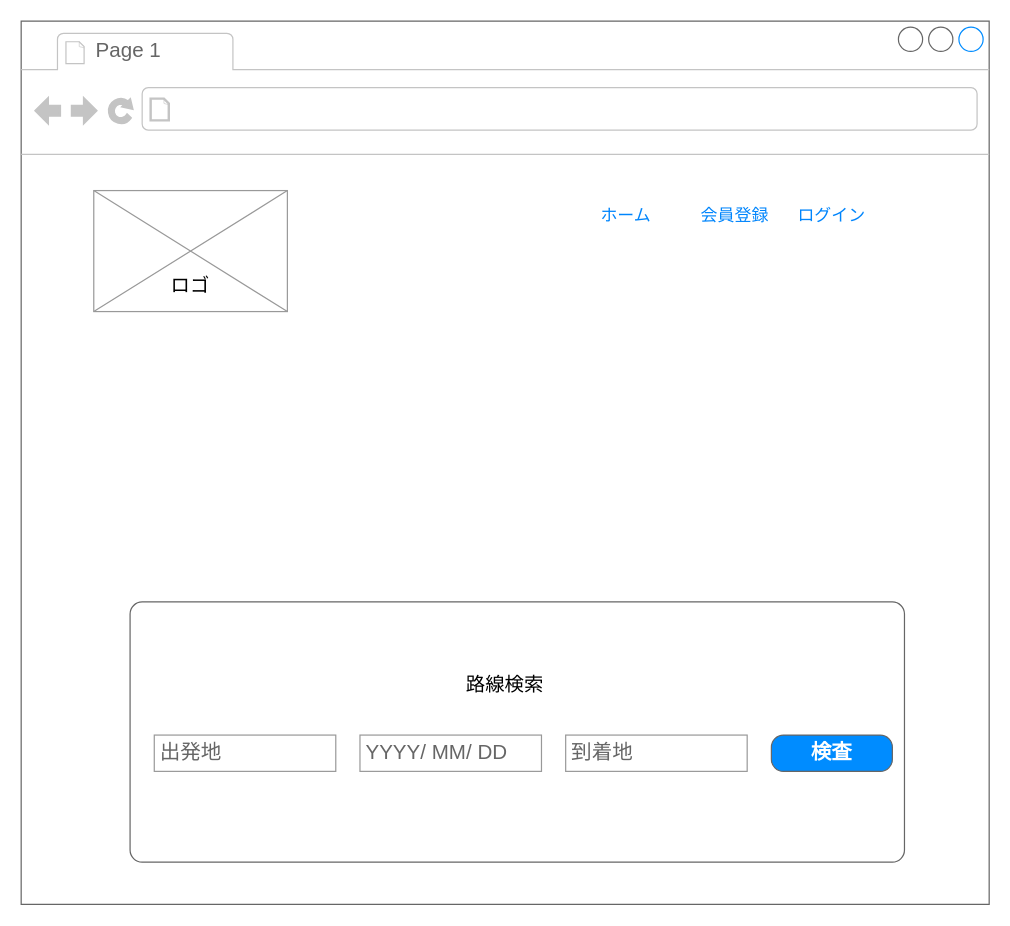
Above: page "1.トップ・路線検索画面" (1 of 9) of root/common/doc/画面設計/利用者画面設計.drawio in thatislg/busBookingComplete (draw.io), before the change. Source tidied: cells renumbered, new cells numbered last; positions are measured from the earlier drawing's top-left corner, leaving out a move shared by most shapes. Both pictures are drawn from the tidied source at 121%, with x=0, y=0 at pixel (21, 21).
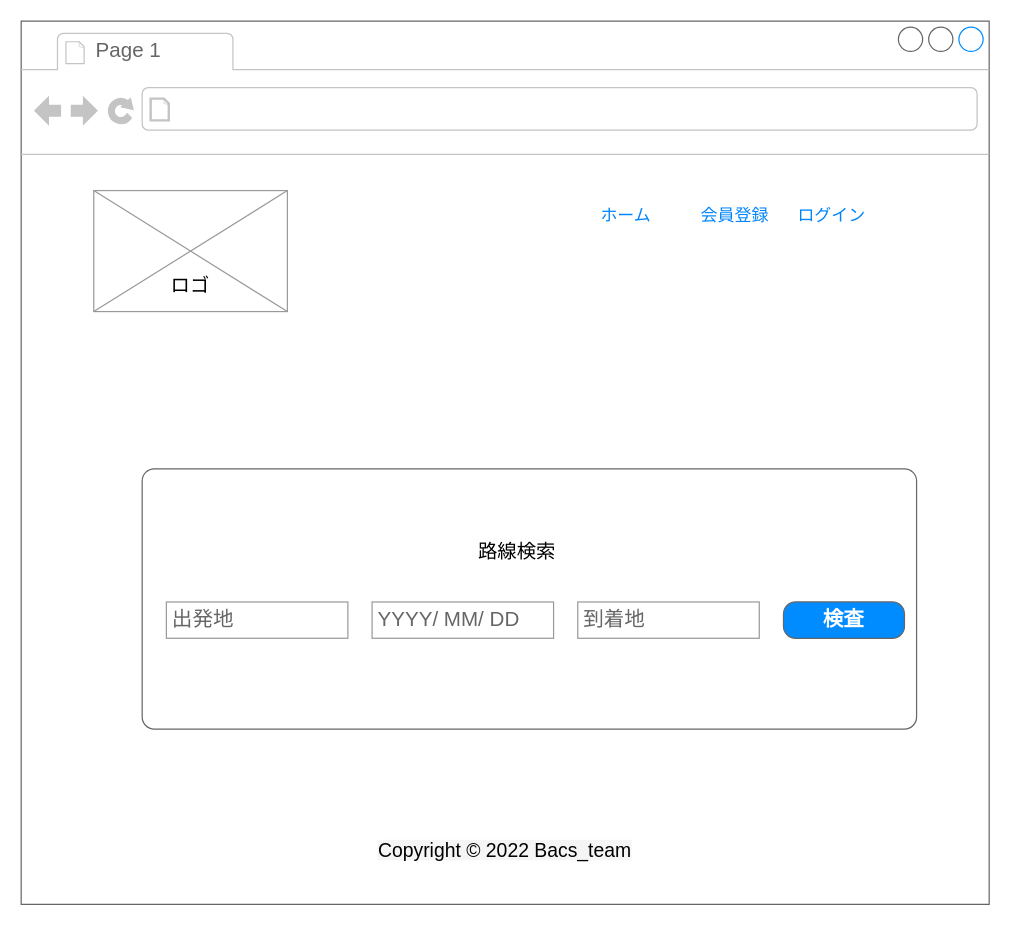
The same diagram, later.

What changed in the source:
```diff
@@
 <mxGraphModel>
   <root>
     <mxCell id="0" />
     <mxCell id="1" parent="0" />
     <mxCell id="2" style="strokeWidth=1;shadow=0;dashed=0;align=center;html=1;shape=mxgraph.mockup.containers.browserWindow;rSize=0;strokeColor=#666666;strokeColor2=#008cff;strokeColor3=#c4c4c4;mainText=,;" parent="1" vertex="1">
       <mxGeometry width="800" height="730" as="geometry" />
     </mxCell>
     <mxCell id="3" value="Page 1" style="strokeWidth=1;shadow=0;dashed=0;align=center;html=1;shape=mxgraph.mockup.containers.anchor;fontSize=17;fontColor=#666666;align=left;" parent="2" vertex="1">
       <mxGeometry x="60" y="12" width="110" height="26" as="geometry" />
     </mxCell>
     <mxCell id="4" style="verticalLabelPosition=bottom;shadow=0;dashed=0;align=center;html=1;verticalAlign=top;strokeWidth=1;shape=mxgraph.mockup.graphics.simpleIcon;strokeColor=#999999;" parent="2" vertex="1">
       <mxGeometry x="60" y="140" width="160" height="100" as="geometry" />
     </mxCell>
     <mxCell id="5" style="shape=mxgraph.mockup.containers.marginRect;rectMarginTop=10;strokeColor=#666666;strokeWidth=1;dashed=0;rounded=1;arcSize=5;" parent="2" vertex="1">
-      <mxGeometry x="90" y="470" width="640" height="225" as="geometry" />
+      <mxGeometry x="100" y="360" width="640" height="225" as="geometry" />
     </mxCell>
     <mxCell id="6" value="出発地" style="strokeWidth=1;shadow=0;dashed=0;align=center;html=1;shape=mxgraph.mockup.forms.pwField;strokeColor=#999999;mainText=;align=left;fontColor=#666666;fontSize=17;spacingLeft=3;" parent="5" vertex="1">
       <mxGeometry x="20" y="120" width="150" height="30" as="geometry" />
     </mxCell>
     <mxCell id="7" value="到着地" style="strokeWidth=1;shadow=0;dashed=0;align=center;html=1;shape=mxgraph.mockup.forms.pwField;strokeColor=#999999;mainText=;align=left;fontColor=#666666;fontSize=17;spacingLeft=3;" parent="5" vertex="1">
       <mxGeometry x="360" y="120" width="150" height="30" as="geometry" />
     </mxCell>
     <mxCell id="8" value="検査" style="strokeWidth=1;shadow=0;dashed=0;align=center;html=1;shape=mxgraph.mockup.buttons.button;strokeColor=#666666;fontColor=#ffffff;mainText=;buttonStyle=round;fontSize=17;fontStyle=1;fillColor=#008cff;whiteSpace=wrap;" parent="5" vertex="1">
       <mxGeometry x="530" y="120" width="100" height="30" as="geometry" />
     </mxCell>
     <mxCell id="9" value="&lt;font style=&quot;font-size: 16px;&quot;&gt;路線検索&lt;/font&gt;" style="text;html=1;strokeColor=none;fillColor=none;align=center;verticalAlign=middle;whiteSpace=wrap;rounded=0;" parent="5" vertex="1">
       <mxGeometry x="260" y="55" width="100" height="45" as="geometry" />
     </mxCell>
     <mxCell id="10" value="YYYY/ MM/ DD" style="strokeWidth=1;shadow=0;dashed=0;align=center;html=1;shape=mxgraph.mockup.forms.pwField;strokeColor=#999999;mainText=;align=left;fontColor=#666666;fontSize=17;spacingLeft=3;" parent="5" vertex="1">
       <mxGeometry x="190" y="120" width="150" height="30" as="geometry" />
     </mxCell>
     <mxCell id="11" value="会員登録" style="fillColor=none;strokeColor=none;fontSize=14;fontColor=#0085FC;" parent="2" vertex="1">
       <mxGeometry x="560" y="140" width="60" height="40" as="geometry" />
     </mxCell>
     <mxCell id="12" value="ログイン" style="fillColor=none;strokeColor=none;fontSize=14;fontColor=#0085FC;" parent="2" vertex="1">
       <mxGeometry x="640" y="140" width="60" height="40" as="geometry" />
     </mxCell>
     <mxCell id="13" value="ホーム" style="fillColor=none;strokeColor=none;fontSize=14;fontColor=#0085FC;" parent="2" vertex="1">
       <mxGeometry x="470" y="140" width="60" height="40" as="geometry" />
     </mxCell>
     <mxCell id="14" value="&lt;font style=&quot;font-size: 16px;&quot;&gt;ロゴ&lt;/font&gt;" style="text;html=1;strokeColor=none;fillColor=none;align=center;verticalAlign=middle;whiteSpace=wrap;rounded=0;" parent="2" vertex="1">
       <mxGeometry x="90" y="195" width="100" height="45" as="geometry" />
     </mxCell>
+    <mxCell id="15" value="&lt;span style=&quot;font-family: &amp;quot;Open San&amp;quot;, sans-serif; font-size: medium; background-color: rgb(245, 245, 245);&quot;&gt;Copyright © 2022 Bacs_team&lt;/span&gt;" style="text;html=1;strokeColor=none;fillColor=none;align=center;verticalAlign=middle;whiteSpace=wrap;rounded=0;fontSize=16;" parent="2" vertex="1">
+      <mxGeometry x="290" y="670" width="220" height="30" as="geometry" />
+    </mxCell>
   </root>
 </mxGraphModel>
```
